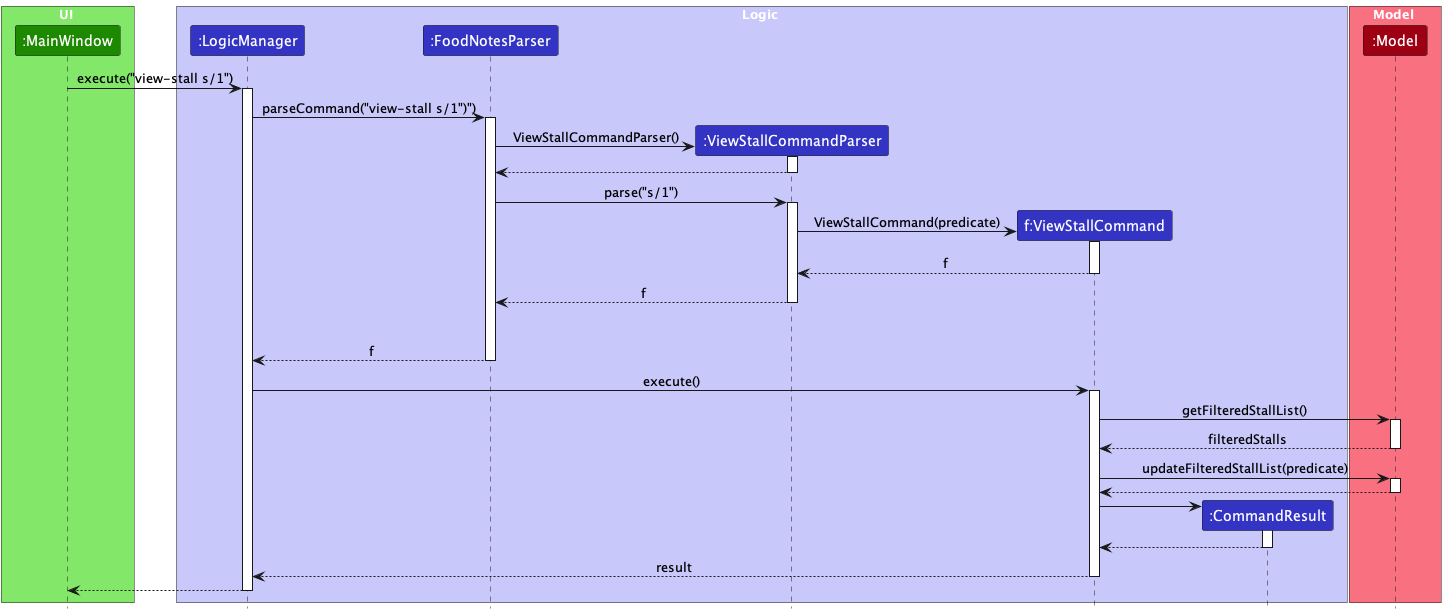
This is docs/images/ViewStallDiagram.png from teoks0199/tp, a PlantUML export, as it was before one commit.
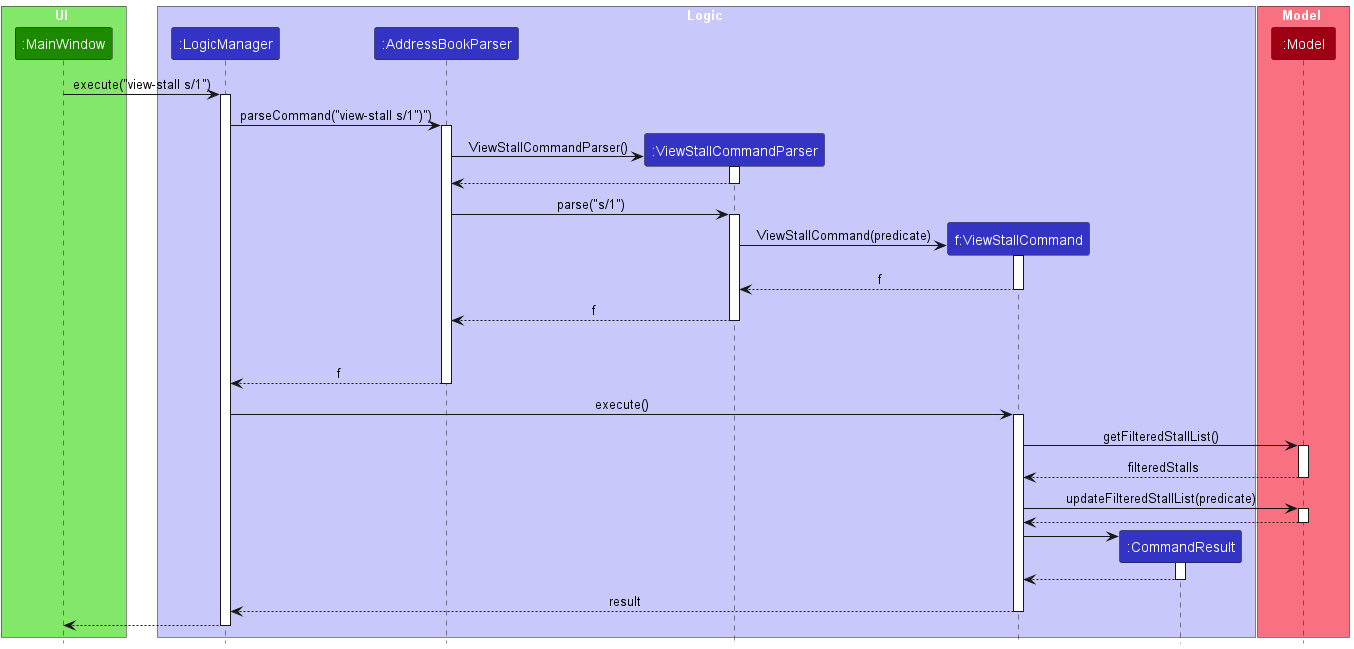
The same diagram one commit later.

The edit, as a diff of the source:
```diff
@@ -8,7 +8,7 @@
 
 box Logic LOGIC_COLOR_T1
 participant ":LogicManager" as LogicManager LOGIC_COLOR
-participant ":FoodNotesParser" as FoodNotesParser LOGIC_COLOR
+participant ":AddressBookParser" as AddressBookParser LOGIC_COLOR
 participant ":ViewStallCommandParser" as ViewStallCommandParser LOGIC_COLOR
 participant "f:ViewStallCommand" as ViewStallCommand LOGIC_COLOR
 participant ":CommandResult" as CommandResult LOGIC_COLOR
@@ -20,18 +20,18 @@
 MainWindow -> LogicManager : execute("view-stall s/1")
 activate LogicManager
 
-LogicManager -> FoodNotesParser : parseCommand("view-stall s/1")")
-activate FoodNotesParser
+LogicManager -> AddressBookParser : parseCommand("view-stall s/1")")
+activate AddressBookParser
 
 create ViewStallCommandParser
-FoodNotesParser -> ViewStallCommandParser :ViewStallCommandParser()
+AddressBookParser -> ViewStallCommandParser :ViewStallCommandParser()
 activate ViewStallCommandParser
 
 
-ViewStallCommandParser --> FoodNotesParser
+ViewStallCommandParser --> AddressBookParser
 deactivate ViewStallCommandParser
 
-FoodNotesParser -> ViewStallCommandParser :parse("s/1")
+AddressBookParser -> ViewStallCommandParser :parse("s/1")
 activate ViewStallCommandParser
 
 
@@ -42,12 +42,12 @@
 ViewStallCommand --> ViewStallCommandParser : f
 deactivate ViewStallCommand
 
-ViewStallCommandParser --> FoodNotesParser: f
+ViewStallCommandParser --> AddressBookParser: f
 deactivate ViewStallCommandParser
-ViewStallCommandParser -[hidden]-> FoodNotesParser : result
+ViewStallCommandParser -[hidden]-> AddressBookParser : result
 
-FoodNotesParser --> LogicManager : f
-deactivate FoodNotesParser
+AddressBookParser --> LogicManager : f
+deactivate AddressBookParser
 
 LogicManager -> ViewStallCommand : execute()
 activate ViewStallCommand
```
